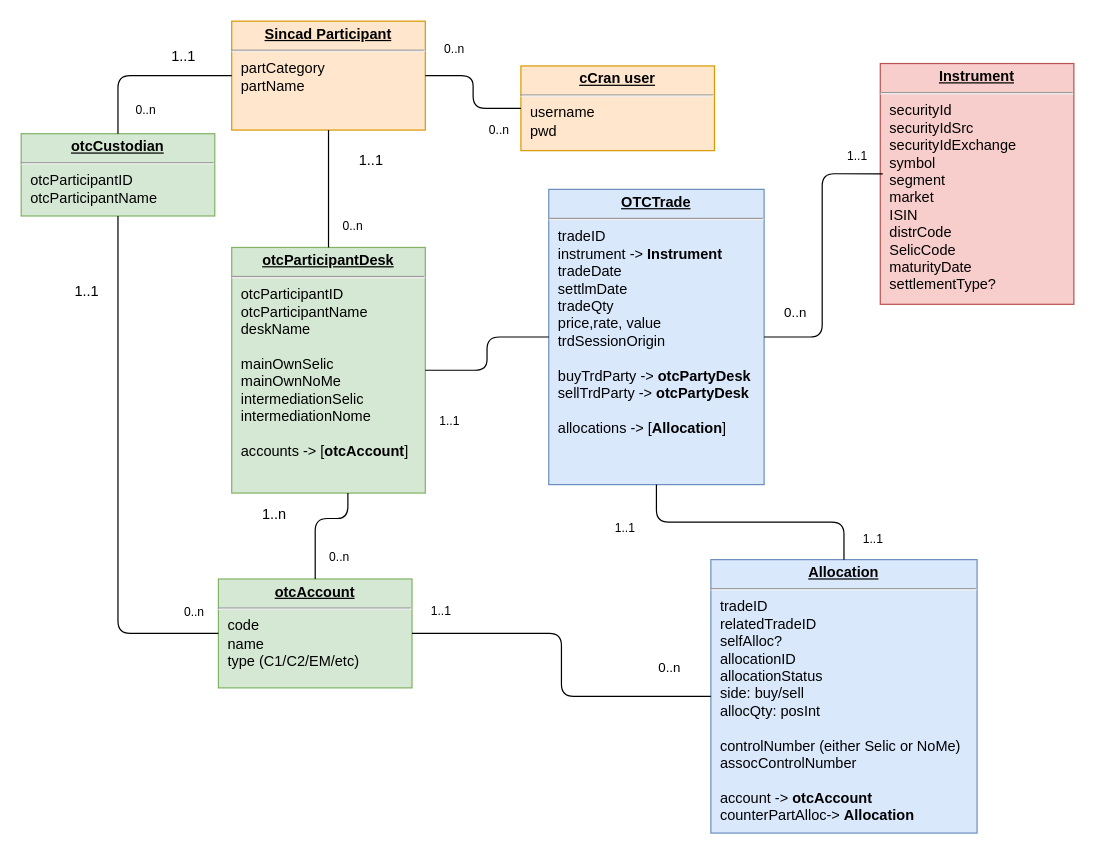
The draw.io diagram Untitled Diagram.drawio in mbolmstrand/graphql_is_the_bomb, before the edit. Source tidied: cells renumbered, new cells numbered last; positions are measured from the earlier drawing's top-left corner, leaving out a move shared by most shapes. Both pictures are drawn from the tidied source at 121%, with x=0, y=0 at pixel (21, 21).
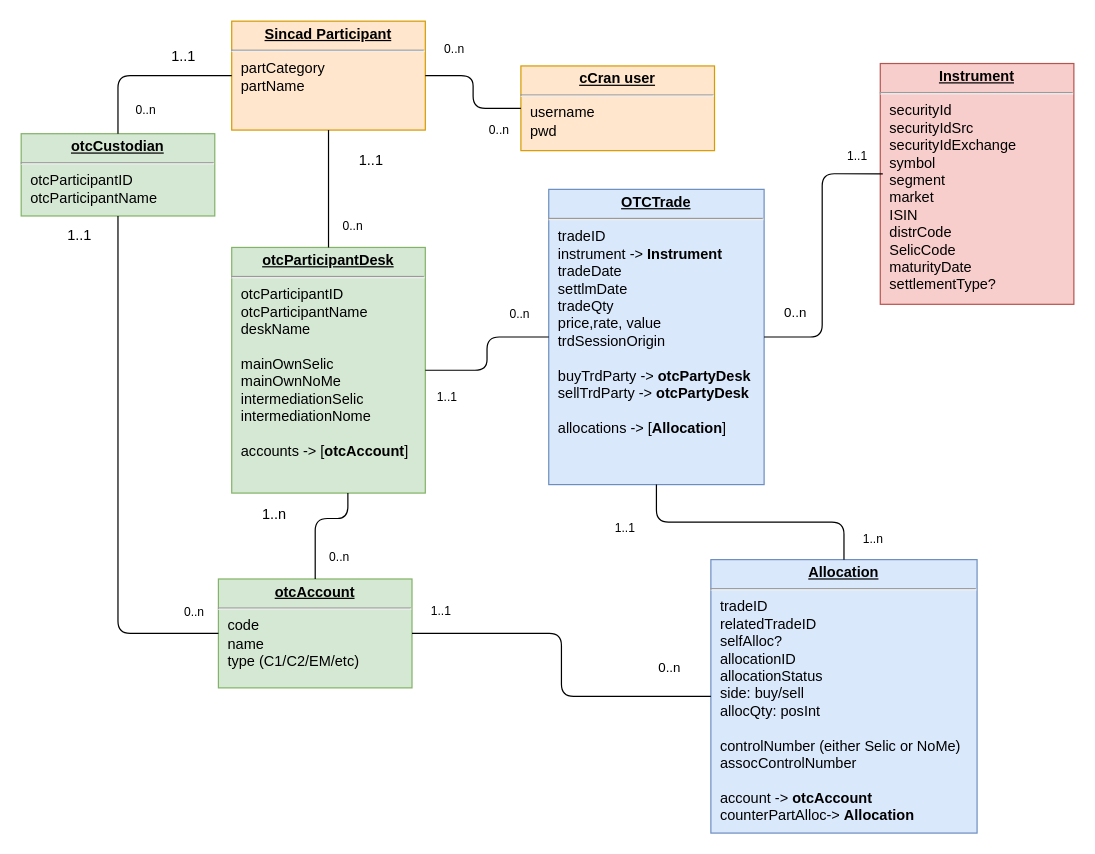
The same diagram, later.

The change refers to these unchanged cells:
```xml
<mxCell id="25" style="endArrow=none;html=1;startArrow=none;startFill=0;edgeStyle=orthogonalEdgeStyle;endFill=0;entryX=0.5;entryY=1;entryDx=0;entryDy=0;" parent="1" edge="1" source="24" target="23">
  <mxGeometry relative="1" as="geometry" />
</mxCell>
<mxCell id="42" style="endArrow=none;html=1;startArrow=none;startFill=0;edgeStyle=orthogonalEdgeStyle;endFill=0;entryX=1;entryY=0.5;entryDx=0;entryDy=0;exitX=0;exitY=0.5;exitDx=0;exitDy=0;" parent="1" edge="1" source="23" target="3">
  <mxGeometry relative="1" as="geometry" />
</mxCell>
```

What changed in the source:
```diff
@@
     <mxCell id="17" value="1..1" style="text;html=1;align=center;verticalAlign=middle;" parent="1" vertex="1">
-      <mxGeometry x="34" y="214" width="40" height="20" as="geometry" />
+      <mxGeometry x="28" y="167" width="40" height="20" as="geometry" />
     </mxCell>
@@
-    <mxCell id="26" value="1..1" style="html=1;align=left;verticalAlign=top;labelBackgroundColor=#ffffff;fontSize=10;" parent="25" vertex="1">
+    <mxCell id="26" value="1..n" style="html=1;align=left;verticalAlign=top;labelBackgroundColor=#ffffff;fontSize=10;" parent="25" vertex="1">
       <mxGeometry x="-1" relative="1" as="geometry">
         <mxPoint x="14" y="-29" as="offset" />
       </mxGeometry>
     </mxCell>
@@
     <mxCell id="43" value="1..1" style="html=1;align=left;verticalAlign=top;labelBackgroundColor=#ffffff;fontSize=10;" parent="42" vertex="1">
       <mxGeometry x="-1" relative="1" as="geometry">
-        <mxPoint x="-92" y="56.5" as="offset" />
+        <mxPoint x="-94" y="37" as="offset" />
       </mxGeometry>
     </mxCell>
@@
+    <mxCell id="45" value="0..n" style="html=1;align=left;verticalAlign=top;labelBackgroundColor=#ffffff;fontSize=10;" parent="1" vertex="1">
+      <mxGeometry x="496" y="193" as="geometry">
+        <mxPoint x="-94" y="37" as="offset" />
+      </mxGeometry>
+    </mxCell>
```
